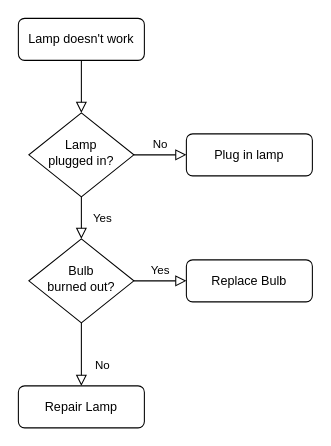
This is Untitled Diagram.drawio from Torjesn/Torje, a draw.io file, before an edit. Source tidied: cells renumbered, new cells numbered last; positions are measured from the earlier drawing's top-left corner, leaving out a move shared by most shapes. Both pictures are drawn from the tidied source at 105%, with x=0, y=0 at pixel (18, 18).
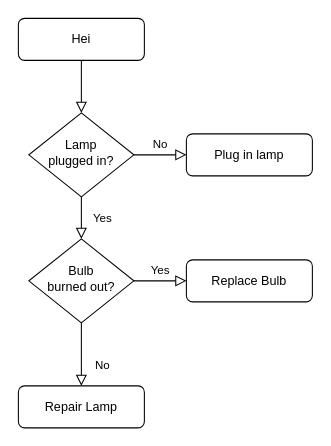
Above is the later version.

What changed in the source:
```diff
@@
 <mxGraphModel>
   <root>
     <mxCell id="0" />
     <mxCell id="1" parent="0" />
     <mxCell id="2" style="rounded=0;html=1;jettySize=auto;fontSize=11;endArrow=block;endFill=0;endSize=8;strokeWidth=1;shadow=0;labelBackgroundColor=none;edgeStyle=orthogonalEdgeStyle;" parent="1" edge="1" source="3" target="6">
       <mxGeometry relative="1" as="geometry" />
     </mxCell>
-    <mxCell id="3" value="Lamp doesn't work" style="rounded=1;whiteSpace=wrap;html=1;fontSize=12;glass=0;strokeWidth=1;shadow=0;" parent="1" vertex="1">
+    <mxCell id="3" value="Hei&lt;br&gt;" style="rounded=1;whiteSpace=wrap;html=1;fontSize=12;glass=0;strokeWidth=1;shadow=0;" parent="1" vertex="1">
       <mxGeometry width="120" height="40" as="geometry" />
     </mxCell>
     <mxCell id="4" value="Yes" style="rounded=0;html=1;jettySize=auto;fontSize=11;endArrow=block;endFill=0;endSize=8;strokeWidth=1;shadow=0;labelBackgroundColor=none;edgeStyle=orthogonalEdgeStyle;" parent="1" edge="1" source="6" target="10">
       <mxGeometry y="20" relative="1" as="geometry" />
     </mxCell>
     <mxCell id="5" value="No" style="edgeStyle=orthogonalEdgeStyle;rounded=0;html=1;jettySize=auto;fontSize=11;endArrow=block;endFill=0;endSize=8;strokeWidth=1;shadow=0;labelBackgroundColor=none;" parent="1" edge="1" source="6" target="7">
       <mxGeometry y="10" relative="1" as="geometry" />
     </mxCell>
     <mxCell id="6" value="Lamp&lt;br&gt;plugged in?" style="rhombus;whiteSpace=wrap;html=1;shadow=0;fontFamily=Helvetica;fontSize=12;align=center;strokeWidth=1;spacing=6;spacingTop=-4;" parent="1" vertex="1">
       <mxGeometry x="10" y="90" width="100" height="80" as="geometry" />
     </mxCell>
     <mxCell id="7" value="Plug in lamp" style="rounded=1;whiteSpace=wrap;html=1;fontSize=12;glass=0;strokeWidth=1;shadow=0;" parent="1" vertex="1">
       <mxGeometry x="160" y="110" width="120" height="40" as="geometry" />
     </mxCell>
     <mxCell id="8" value="No" style="rounded=0;html=1;jettySize=auto;fontSize=11;endArrow=block;endFill=0;endSize=8;strokeWidth=1;shadow=0;labelBackgroundColor=none;edgeStyle=orthogonalEdgeStyle;" parent="1" edge="1" source="10" target="11">
       <mxGeometry x="0.33" y="20" relative="1" as="geometry" />
     </mxCell>
     <mxCell id="9" value="Yes" style="edgeStyle=orthogonalEdgeStyle;rounded=0;html=1;jettySize=auto;fontSize=11;endArrow=block;endFill=0;endSize=8;strokeWidth=1;shadow=0;labelBackgroundColor=none;" parent="1" edge="1" source="10" target="12">
       <mxGeometry y="10" relative="1" as="geometry" />
     </mxCell>
     <mxCell id="10" value="Bulb&lt;br&gt;burned out?" style="rhombus;whiteSpace=wrap;html=1;shadow=0;fontFamily=Helvetica;fontSize=12;align=center;strokeWidth=1;spacing=6;spacingTop=-4;" parent="1" vertex="1">
       <mxGeometry x="10" y="210" width="100" height="80" as="geometry" />
     </mxCell>
     <mxCell id="11" value="Repair Lamp" style="rounded=1;whiteSpace=wrap;html=1;fontSize=12;glass=0;strokeWidth=1;shadow=0;" parent="1" vertex="1">
       <mxGeometry y="350" width="120" height="40" as="geometry" />
     </mxCell>
     <mxCell id="12" value="Replace Bulb" style="rounded=1;whiteSpace=wrap;html=1;fontSize=12;glass=0;strokeWidth=1;shadow=0;" parent="1" vertex="1">
       <mxGeometry x="160" y="230" width="120" height="40" as="geometry" />
     </mxCell>
   </root>
 </mxGraphModel>
```
